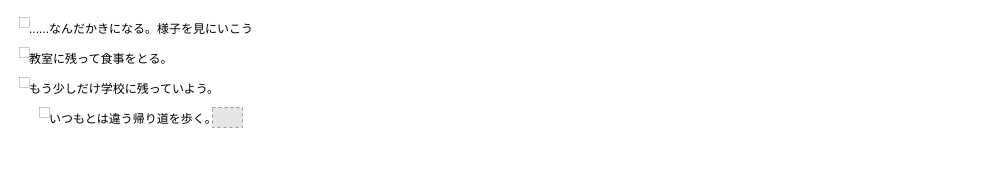
The draw.io diagram page "Page-1" (1 of 3) of ｖｖ.drawio in ll-vv/HiH, before the edit. Source tidied: cells renumbered, new cells numbered last; positions are measured from the earlier drawing's top-left corner, leaving out a move shared by most shapes. Both pictures are drawn from the tidied source at 100%, with x=0, y=0 at pixel (19, 17). Pictures stored in the file or linked from it are replaced by grey dashed boxes.
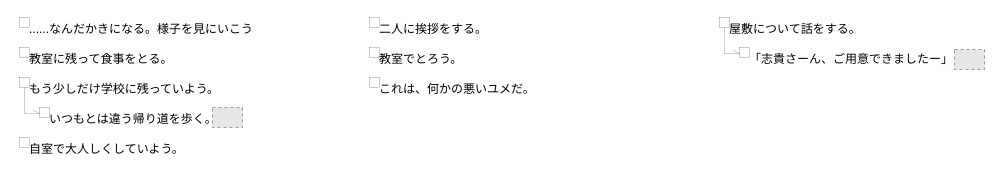
After the change.

Change to the diagram source:
```diff
@@
 <mxGraphModel>
   <root>
     <mxCell id="0" />
     <mxCell id="1" parent="0" />
     <mxCell id="2" value="&lt;div&gt;......なんだかきになる。様子を見にいこう&lt;br&gt;&lt;/div&gt;" style="html=1;fillColor=none;strokeColor=default;verticalAlign=top;align=left;labelPosition=right;verticalLabelPosition=middle;strokeWidth=0.2;spacing=0;" parent="1" vertex="1">
       <mxGeometry width="10" height="10" as="geometry" />
     </mxCell>
     <mxCell id="3" value="教室に残って食事をとる。" style="html=1;fillColor=none;strokeColor=default;verticalAlign=top;align=left;labelPosition=right;verticalLabelPosition=middle;strokeWidth=0.2;spacing=0;" parent="1" vertex="1">
       <mxGeometry y="30" width="10" height="10" as="geometry" />
     </mxCell>
     <mxCell id="4" value="もう少しだけ学校に残っていよう。" style="html=1;fillColor=none;strokeColor=default;verticalAlign=top;align=left;labelPosition=right;verticalLabelPosition=middle;strokeWidth=0.2;spacing=0;" parent="1" vertex="1">
       <mxGeometry y="60" width="10" height="10" as="geometry" />
     </mxCell>
     <mxCell id="5" value="いつもとは違う帰り道を歩く。" style="html=1;fillColor=none;strokeColor=default;verticalAlign=top;align=left;labelPosition=right;verticalLabelPosition=middle;strokeWidth=0.2;spacing=0;" parent="1" vertex="1">
       <mxGeometry x="20" y="90" width="10" height="10" as="geometry" />
     </mxCell>
     <mxCell id="6" style="fillColor=#E6E6E6;strokeColor=#999999;dashed=1;verticalLabelPosition=bottom;verticalAlign=top;" parent="1" vertex="1">
       <mxGeometry x="193" y="90" width="30" height="20" as="geometry" />
     </mxCell>
+    <mxCell id="7" style="edgeStyle=orthogonalEdgeStyle;rounded=0;jettySize=auto;html=1;entryX=0;entryY=0.6;entryDx=0;entryDy=0;entryPerimeter=0;strokeWidth=0.2;endArrow=openAsync;endFill=0;" parent="1" edge="1" source="4" target="5">
+      <mxGeometry relative="1" as="geometry">
+        <Array as="points">
+          <mxPoint x="5" y="96" />
+        </Array>
+      </mxGeometry>
+    </mxCell>
+    <mxCell id="8" value="自室で大人しくしていよう。" style="html=1;fillColor=none;strokeColor=default;verticalAlign=top;align=left;labelPosition=right;verticalLabelPosition=middle;strokeWidth=0.2;spacing=0;" parent="1" vertex="1">
+      <mxGeometry y="120" width="10" height="10" as="geometry" />
+    </mxCell>
+    <mxCell id="9" value="教室でとろう。" style="html=1;fillColor=none;strokeColor=default;verticalAlign=top;align=left;labelPosition=right;verticalLabelPosition=middle;strokeWidth=0.2;spacing=0;" parent="1" vertex="1">
+      <mxGeometry x="350" y="30" width="10" height="10" as="geometry" />
+    </mxCell>
+    <mxCell id="10" value="二人に挨拶をする。" style="html=1;fillColor=none;strokeColor=default;verticalAlign=top;align=left;labelPosition=right;verticalLabelPosition=middle;strokeWidth=0.2;spacing=0;" parent="1" vertex="1">
+      <mxGeometry x="350" width="10" height="10" as="geometry" />
+    </mxCell>
+    <mxCell id="11" value="これは、何かの悪いユメだ。" style="html=1;fillColor=none;strokeColor=default;verticalAlign=top;align=left;labelPosition=right;verticalLabelPosition=middle;strokeWidth=0.2;spacing=0;" parent="1" vertex="1">
+      <mxGeometry x="350" y="60" width="10" height="10" as="geometry" />
+    </mxCell>
+    <mxCell id="12" style="fillColor=#E6E6E6;strokeColor=#999999;dashed=1;verticalLabelPosition=bottom;verticalAlign=top;" parent="1" vertex="1">
+      <mxGeometry x="935" y="32" width="30" height="20" as="geometry" />
+    </mxCell>
+    <mxCell id="13" style="group;" parent="1" vertex="1">
+      <mxGeometry x="700" width="30" height="40" as="geometry" />
+    </mxCell>
+    <mxCell id="14" value="屋敷について話をする。" style="html=1;fillColor=none;strokeColor=default;verticalAlign=top;align=left;labelPosition=right;verticalLabelPosition=middle;strokeWidth=0.2;spacing=0;" parent="13" vertex="1">
+      <mxGeometry width="10" height="10" as="geometry" />
+    </mxCell>
+    <mxCell id="15" value="&lt;div&gt;「志&lt;span&gt;貴さーん、ご用意できましたー&lt;/span&gt;」&lt;/div&gt;" style="html=1;fillColor=none;strokeColor=default;verticalAlign=top;align=left;labelPosition=right;verticalLabelPosition=middle;strokeWidth=0.2;spacing=0;" parent="13" vertex="1">
+      <mxGeometry x="20" y="30" width="10" height="10" as="geometry" />
+    </mxCell>
+    <mxCell id="16" style="edgeStyle=orthogonalEdgeStyle;rounded=0;jettySize=auto;html=1;entryX=0;entryY=0.6;entryDx=0;entryDy=0;entryPerimeter=0;strokeWidth=0.2;endArrow=openAsync;endFill=0;" parent="13" edge="1" source="14" target="15">
+      <mxGeometry relative="1" as="geometry">
+        <Array as="points">
+          <mxPoint x="5" y="36" />
+        </Array>
+      </mxGeometry>
+    </mxCell>
   </root>
 </mxGraphModel>
```
